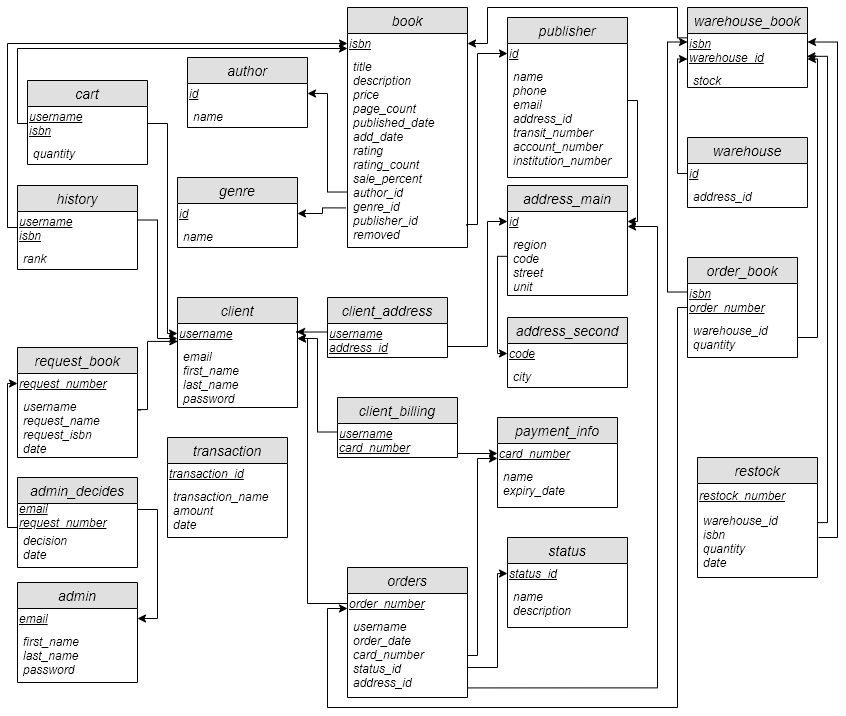
Above: documentation/schema.png in SharjeelAliBCS/Book-Sanctum (draw.io), before the change. Source tidied: cells renumbered, new cells last; positions are measured from the earlier drawing's top-left corner, leaving out a move shared by most shapes.
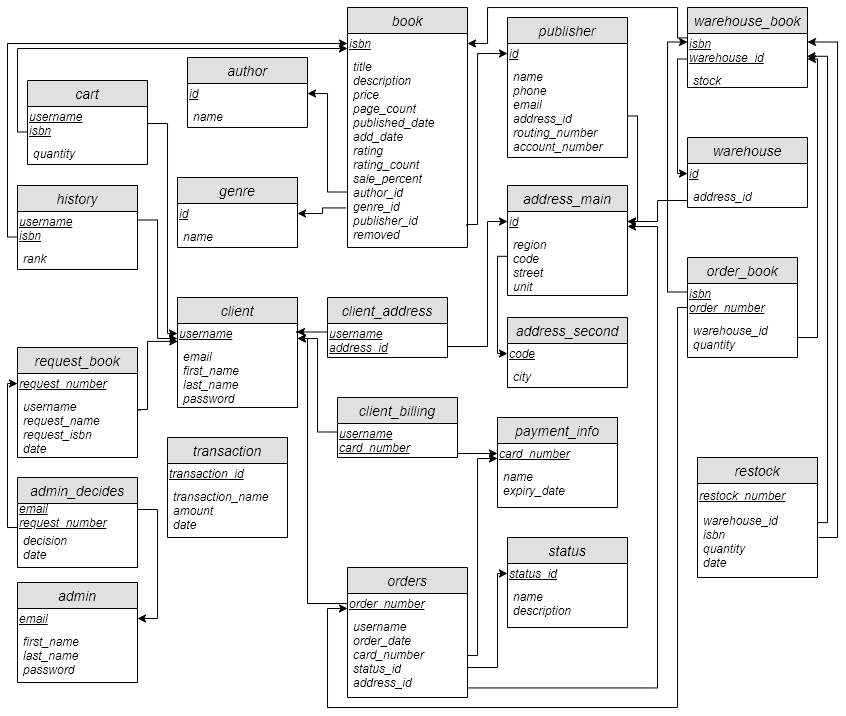
The same file after the commit.

Change to the diagram source:
```diff
@@ -20,10 +20,10 @@
     <mxCell id="7" value="quantity" style="text;strokeColor=none;fillColor=none;spacingLeft=4;spacingRight=4;overflow=hidden;fontSize=12;fontStyle=2;align=left;" parent="5" vertex="1">
       <mxGeometry y="60" width="120" height="24" as="geometry" />
     </mxCell>
-    <mxCell id="8" style="edgeStyle=orthogonalEdgeStyle;rounded=0;jettySize=auto;html=1;entryX=0;entryY=0.5;entryDx=0;entryDy=0;" parent="1" edge="1" source="9" target="28">
+    <mxCell id="8" style="edgeStyle=orthogonalEdgeStyle;rounded=0;jettySize=auto;html=1;entryX=0;entryY=0.5;entryDx=0;entryDy=0;exitX=0;exitY=0.75;exitDx=0;exitDy=0;" parent="1" edge="1" source="10" target="28">
       <mxGeometry relative="1" as="geometry">
         <Array as="points">
-          <mxPoint y="220" />
+          <mxPoint y="230" />
           <mxPoint y="36" />
         </Array>
       </mxGeometry>
@@ -86,7 +86,7 @@
     <mxCell id="25" value="&lt;i&gt;&lt;u&gt;username&lt;br&gt;card_number&lt;br&gt;&lt;/u&gt;&lt;/i&gt;" style="text;html=1;strokeColor=none;fillColor=none;align=left;verticalAlign=middle;whiteSpace=wrap;rounded=0;" parent="24" vertex="1">
       <mxGeometry y="26" width="120" height="34" as="geometry" />
     </mxCell>
-    <mxCell id="26" style="edgeStyle=orthogonalEdgeStyle;rounded=0;jettySize=auto;html=1;entryX=0;entryY=0.75;entryDx=0;entryDy=0;exitX=0;exitY=0.5;exitDx=0;exitDy=0;" parent="1" edge="1" source="69" target="22">
+    <mxCell id="26" style="edgeStyle=orthogonalEdgeStyle;rounded=0;jettySize=auto;html=1;entryX=0;entryY=0.75;entryDx=0;entryDy=0;exitX=0;exitY=0.5;exitDx=0;exitDy=0;endArrow=none;endFill=0;startArrow=classic;startFill=1;" parent="1" edge="1" source="69" target="22">
       <mxGeometry relative="1" as="geometry">
         <Array as="points">
           <mxPoint x="670" y="166" />
@@ -104,13 +104,13 @@
       <mxGeometry y="46" width="120" height="194" as="geometry" />
     </mxCell>
     <mxCell id="30" value="publisher" style="swimlane;fontStyle=2;horizontal=1;startSize=26;fillColor=#e0e0e0;swimlaneFillColor=#ffffff;align=center;fontSize=14;" parent="1" vertex="1">
-      <mxGeometry x="500" y="10" width="120" height="160" as="geometry" />
+      <mxGeometry x="500" y="10" width="120" height="140" as="geometry" />
     </mxCell>
     <mxCell id="31" value="&lt;i&gt;&lt;u&gt;id&lt;/u&gt;&lt;/i&gt;" style="text;html=1;strokeColor=none;fillColor=none;align=left;verticalAlign=middle;whiteSpace=wrap;rounded=0;" parent="30" vertex="1">
       <mxGeometry y="26" width="120" height="20" as="geometry" />
     </mxCell>
-    <mxCell id="32" value="name&#10;phone&#10;email&#10;address_id&#10;transit_number&#10;account_number&#10;institution_number" style="text;strokeColor=none;fillColor=none;spacingLeft=4;spacingRight=4;overflow=hidden;points=[[0,0.5],[1,0.5]];portConstraint=eastwest;fontSize=12;fontStyle=2;align=left;" parent="30" vertex="1">
-      <mxGeometry y="46" width="120" height="114" as="geometry" />
+    <mxCell id="32" value="name&#10;phone&#10;email&#10;address_id&#10;routing_number&#10;account_number&#10;" style="text;strokeColor=none;fillColor=none;spacingLeft=4;spacingRight=4;overflow=hidden;points=[[0,0.5],[1,0.5]];portConstraint=eastwest;fontSize=12;fontStyle=2;align=left;" parent="30" vertex="1">
+      <mxGeometry y="46" width="120" height="94" as="geometry" />
     </mxCell>
     <mxCell id="33" value="address_main" style="swimlane;fontStyle=2;horizontal=1;startSize=26;fillColor=#e0e0e0;swimlaneFillColor=#ffffff;align=center;fontSize=14;" parent="1" vertex="1">
       <mxGeometry x="500" y="178" width="120" height="110" as="geometry" />
@@ -145,10 +145,10 @@
     <mxCell id="41" style="edgeStyle=orthogonalEdgeStyle;rounded=0;jettySize=auto;html=1;entryX=1;entryY=0.5;entryDx=0;entryDy=0;exitX=-0.015;exitY=0.796;exitDx=0;exitDy=0;exitPerimeter=0;" parent="1" edge="1" source="29" target="3">
       <mxGeometry relative="1" as="geometry" />
     </mxCell>
-    <mxCell id="42" style="edgeStyle=orthogonalEdgeStyle;rounded=0;jettySize=auto;html=1;entryX=1;entryY=0.5;entryDx=0;entryDy=0;" parent="1" edge="1" source="32" target="34">
+    <mxCell id="42" style="edgeStyle=orthogonalEdgeStyle;rounded=0;jettySize=auto;html=1;entryX=1;entryY=0.5;entryDx=0;entryDy=0;exitX=0.999;exitY=0.558;exitDx=0;exitDy=0;exitPerimeter=0;" parent="1" edge="1" source="32" target="34">
       <mxGeometry relative="1" as="geometry">
         <Array as="points">
-          <mxPoint x="630" y="93" />
+          <mxPoint x="630" y="108" />
           <mxPoint x="630" y="214" />
         </Array>
       </mxGeometry>
@@ -185,10 +185,10 @@
         </Array>
       </mxGeometry>
     </mxCell>
-    <mxCell id="47" style="edgeStyle=orthogonalEdgeStyle;rounded=0;jettySize=auto;html=1;entryX=0;entryY=0.75;entryDx=0;entryDy=0;" parent="1" edge="1" source="6" target="28">
+    <mxCell id="47" style="edgeStyle=orthogonalEdgeStyle;rounded=0;jettySize=auto;html=1;entryX=0;entryY=0.75;entryDx=0;entryDy=0;exitX=0;exitY=0.75;exitDx=0;exitDy=0;" parent="1" edge="1" source="6" target="28">
       <mxGeometry relative="1" as="geometry">
         <Array as="points">
-          <mxPoint x="10" y="116" />
+          <mxPoint x="10" y="124" />
           <mxPoint x="10" y="41" />
         </Array>
       </mxGeometry>
@@ -398,5 +398,8 @@
     <mxCell id="92" value="city" style="text;strokeColor=none;fillColor=none;spacingLeft=4;spacingRight=4;overflow=hidden;fontSize=12;fontStyle=2;align=left;" parent="90" vertex="1">
       <mxGeometry y="46" width="120" height="24" as="geometry" />
     </mxCell>
+    <mxCell id="93" style="edgeStyle=orthogonalEdgeStyle;rounded=0;jettySize=auto;html=1;entryX=-0.006;entryY=0.708;entryDx=0;entryDy=0;entryPerimeter=0;startArrow=classic;startFill=1;endArrow=none;endFill=0;exitX=1;exitY=0.5;exitDx=0;exitDy=0;" parent="1" edge="1" source="34" target="70">
+      <mxGeometry relative="1" as="geometry" />
+    </mxCell>
   </root>
 </mxGraphModel>
```
